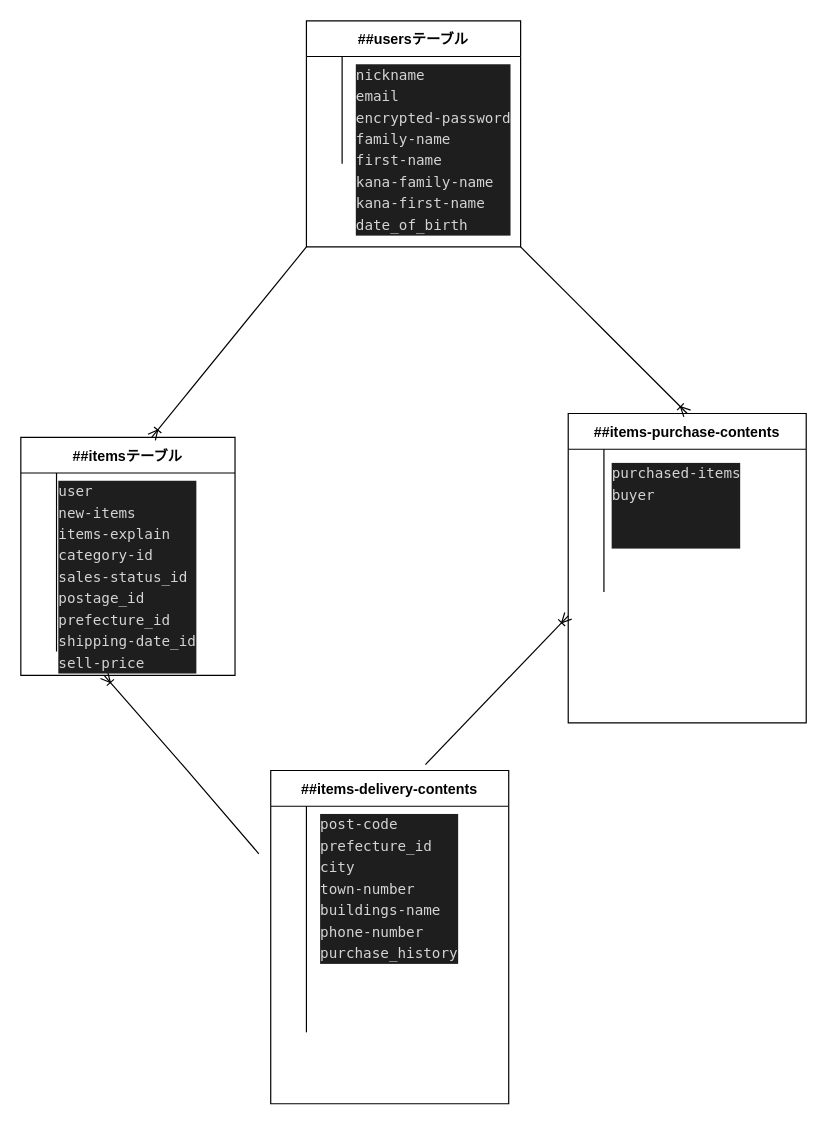
Before: test.dio in aimi-conforti/furima-36699, a draw.io diagram. Source tidied: cells renumbered, new cells numbered last; positions are measured from the earlier drawing's top-left corner, leaving out a move shared by most shapes. Both pictures are drawn from the tidied source at 119%, with x=0, y=0 at pixel (20, 20).
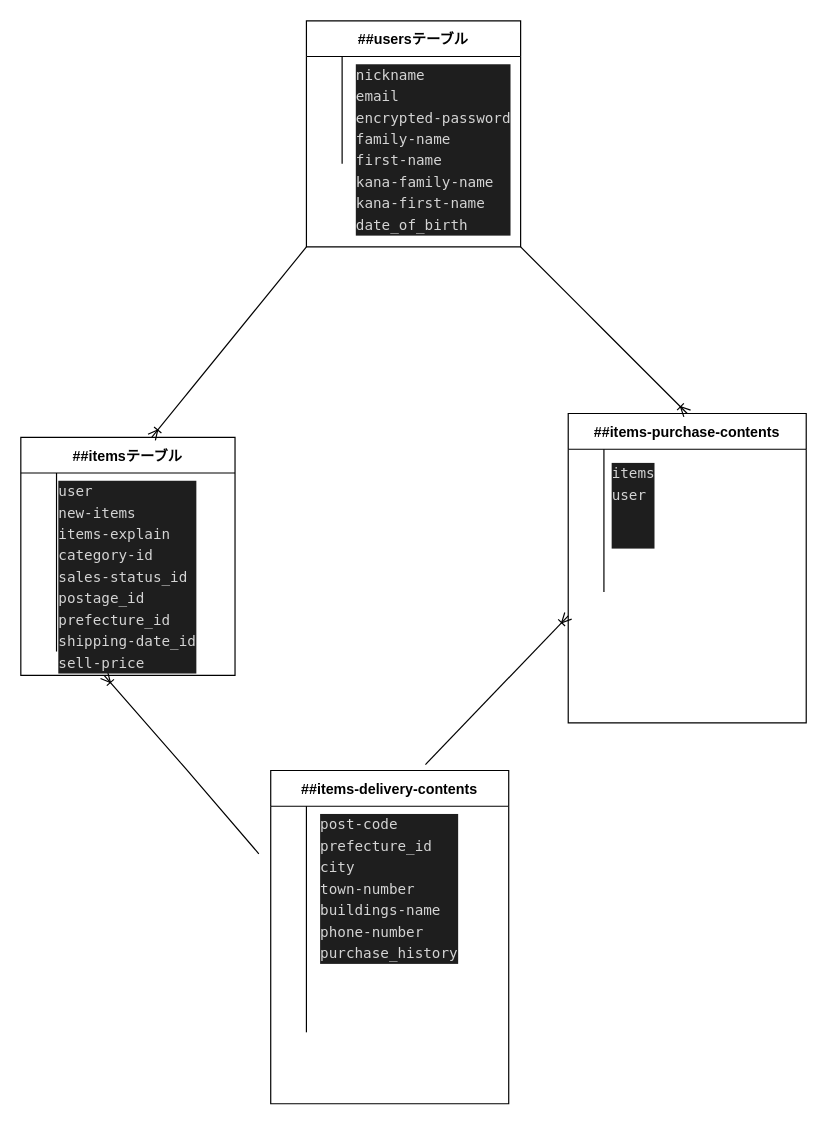
After the change.

Change to the diagram source:
```diff
@@
-    <mxCell id="46" value="&lt;div style=&quot;color: rgb(212 , 212 , 212) ; background-color: rgb(30 , 30 , 30) ; font-family: &amp;#34;menlo&amp;#34; , &amp;#34;monaco&amp;#34; , &amp;#34;courier new&amp;#34; , monospace ; font-weight: normal ; font-size: 12px ; line-height: 18px&quot;&gt;&lt;div&gt;&lt;span style=&quot;color: #d4d4d4&quot;&gt;purchased-items&lt;/span&gt;&lt;/div&gt;&lt;div&gt;buyer&lt;/div&gt;&lt;div&gt;&lt;br&gt;&lt;/div&gt;&lt;div&gt;&lt;br&gt;&lt;/div&gt;&lt;/div&gt;" style="text;whiteSpace=wrap;html=1;" parent="1" vertex="1">
+    <mxCell id="46" value="&lt;div style=&quot;color: rgb(212 , 212 , 212) ; background-color: rgb(30 , 30 , 30) ; font-family: &amp;#34;menlo&amp;#34; , &amp;#34;monaco&amp;#34; , &amp;#34;courier new&amp;#34; , monospace ; font-weight: normal ; font-size: 12px ; line-height: 18px&quot;&gt;&lt;div&gt;items&lt;/div&gt;&lt;div&gt;user&lt;/div&gt;&lt;div&gt;&lt;br&gt;&lt;/div&gt;&lt;div&gt;&lt;br&gt;&lt;/div&gt;&lt;/div&gt;" style="text;whiteSpace=wrap;html=1;" parent="1" vertex="1">
       <mxGeometry x="495" y="365" width="135" height="210" as="geometry" />
     </mxCell>
```
